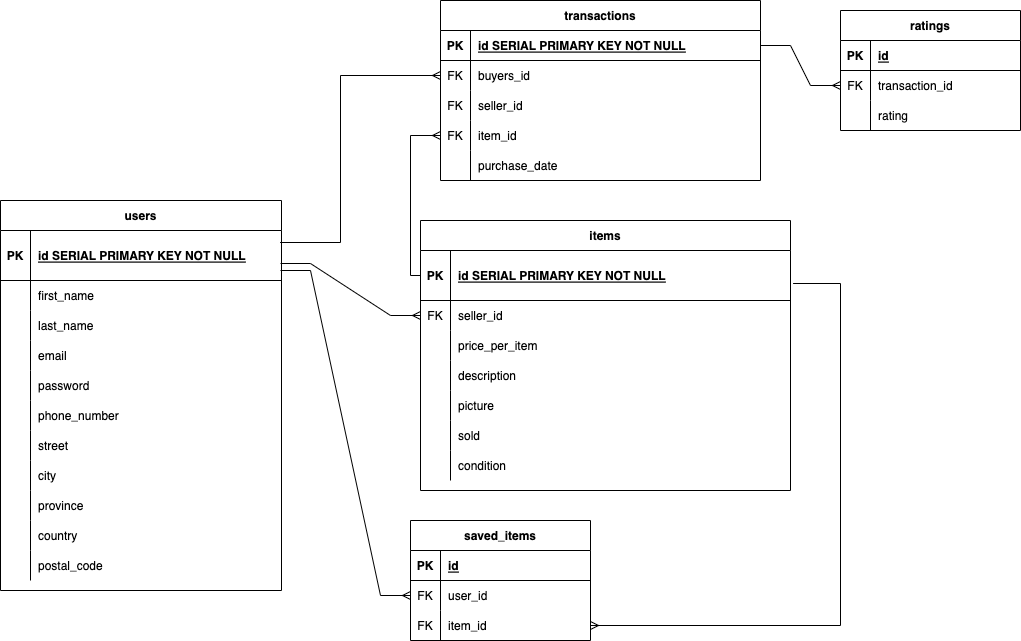
Before: docs/erd/ERD.png, a diagram exported from draw.io (seanrhee/storefront-midterm). Source tidied: cells renumbered, new cells last; positions are measured from the earlier drawing's top-left corner, leaving out a move shared by most shapes.
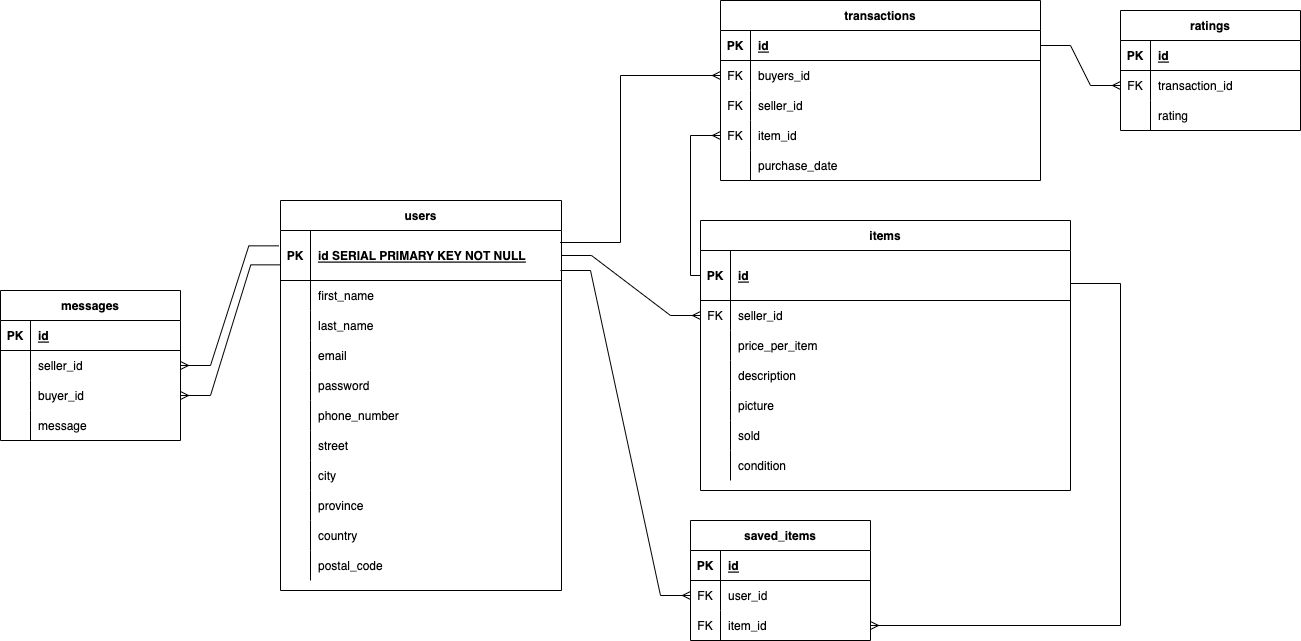
After the change.

What changed in the source:
```diff
@@ -113,7 +113,7 @@
     <mxCell id="38" value="PK" style="shape=partialRectangle;fillColor=none;top=0;left=0;bottom=0;right=0;fontStyle=1;overflow=hidden;" parent="37" vertex="1">
       <mxGeometry width="30" height="50" as="geometry" />
     </mxCell>
-    <mxCell id="39" value="id SERIAL PRIMARY KEY NOT NULL" style="shape=partialRectangle;fillColor=none;top=0;left=0;bottom=0;right=0;align=left;spacingLeft=6;fontStyle=5;overflow=hidden;" parent="37" vertex="1">
+    <mxCell id="39" value="id" style="shape=partialRectangle;fillColor=none;top=0;left=0;bottom=0;right=0;align=left;spacingLeft=6;fontStyle=5;overflow=hidden;" parent="37" vertex="1">
       <mxGeometry x="30" width="340" height="50" as="geometry" />
     </mxCell>
     <mxCell id="40" style="shape=tableRow;horizontal=0;startSize=0;swimlaneHead=0;swimlaneBody=0;fillColor=none;points=[[0,0.5],[1,0.5]];portConstraint=eastwest;top=0;left=0;right=0;bottom=0;" parent="36" vertex="1">
@@ -179,7 +179,7 @@
     <mxCell id="60" value="PK" style="shape=partialRectangle;fillColor=none;top=0;left=0;bottom=0;right=0;fontStyle=1;overflow=hidden;strokeColor=#000000;" parent="59" vertex="1">
       <mxGeometry width="30" height="30" as="geometry" />
     </mxCell>
-    <mxCell id="61" value="id SERIAL PRIMARY KEY NOT NULL" style="shape=partialRectangle;fillColor=none;top=0;left=0;bottom=0;right=0;align=left;spacingLeft=6;fontStyle=5;overflow=hidden;strokeColor=#000000;" parent="59" vertex="1">
+    <mxCell id="61" value="id" style="shape=partialRectangle;fillColor=none;top=0;left=0;bottom=0;right=0;align=left;spacingLeft=6;fontStyle=5;overflow=hidden;strokeColor=#000000;" parent="59" vertex="1">
       <mxGeometry x="30" width="290" height="30" as="geometry" />
     </mxCell>
     <mxCell id="62" style="shape=tableRow;horizontal=0;startSize=0;swimlaneHead=0;swimlaneBody=0;fillColor=none;points=[[0,0.5],[1,0.5]];portConstraint=eastwest;top=0;left=0;right=0;bottom=0;strokeColor=#000000;" parent="58" vertex="1">
@@ -291,16 +291,15 @@
     <mxCell id="95" value="rating" style="shape=partialRectangle;fillColor=none;top=0;left=0;bottom=0;right=0;align=left;spacingLeft=6;overflow=hidden;" parent="93" vertex="1">
       <mxGeometry x="30" width="150" height="30" as="geometry" />
     </mxCell>
-    <mxCell id="96" style="edgeStyle=entityRelationEdgeStyle;fontSize=12;html=1;endArrow=ERmany;rounded=0;entryX=0;entryY=0.5;entryDx=0;entryDy=0;" parent="1" edge="1" target="40">
-      <mxGeometry relative="1" as="geometry">
-        <mxPoint x="280" y="263" as="sourcePoint" />
-      </mxGeometry>
+    <mxCell id="96" style="edgeStyle=entityRelationEdgeStyle;fontSize=12;html=1;endArrow=ERmany;rounded=0;entryX=0;entryY=0.5;entryDx=0;entryDy=0;exitX=1;exitY=0.5;exitDx=0;exitDy=0;" parent="1" edge="1" source="3" target="40">
+      <mxGeometry relative="1" as="geometry" />
     </mxCell>
     <mxCell id="97" style="edgeStyle=entityRelationEdgeStyle;fontSize=12;html=1;endArrow=ERmany;rounded=0;exitX=1;exitY=0.5;exitDx=0;exitDy=0;entryX=0;entryY=0.5;entryDx=0;entryDy=0;" parent="1" edge="1" source="59" target="90">
       <mxGeometry relative="1" as="geometry" />
     </mxCell>
-    <mxCell id="98" style="edgeStyle=orthogonalEdgeStyle;fontSize=12;html=1;endArrow=ERmany;rounded=0;exitX=1.007;exitY=0.66;exitDx=0;exitDy=0;exitPerimeter=0;entryX=1;entryY=0.5;entryDx=0;entryDy=0;" parent="1" edge="1" source="37" target="82">
+    <mxCell id="98" style="edgeStyle=orthogonalEdgeStyle;fontSize=12;html=1;endArrow=ERmany;rounded=0;entryX=1;entryY=0.5;entryDx=0;entryDy=0;" parent="1" edge="1" target="82">
       <mxGeometry relative="1" as="geometry">
+        <mxPoint x="790" y="280" as="sourcePoint" />
         <Array as="points">
           <mxPoint x="840" y="283" />
           <mxPoint x="840" y="625" />
@@ -310,5 +309,50 @@
     <mxCell id="99" style="edgeStyle=orthogonalEdgeStyle;fontSize=12;html=1;endArrow=ERmany;rounded=0;exitX=0;exitY=0.5;exitDx=0;exitDy=0;entryX=0;entryY=0.5;entryDx=0;entryDy=0;" parent="1" edge="1" source="37" target="68">
       <mxGeometry relative="1" as="geometry" />
     </mxCell>
+    <mxCell id="100" value="messages" style="shape=table;startSize=30;rowLines=0;fontStyle=1;align=center;" parent="1" vertex="1">
+      <mxGeometry x="-280" y="290" width="180" height="150" as="geometry" />
+    </mxCell>
+    <mxCell id="101" style="shape=tableRow;horizontal=0;startSize=0;swimlaneHead=0;swimlaneBody=0;fillColor=none;top=0;left=0;right=0;bottom=1;" parent="100" vertex="1">
+      <mxGeometry y="30" width="180" height="30" as="geometry" />
+    </mxCell>
+    <mxCell id="102" value="PK" style="shape=partialRectangle;fillColor=none;top=0;left=0;bottom=0;right=0;fontStyle=1;overflow=hidden;" parent="101" vertex="1">
+      <mxGeometry width="30" height="30" as="geometry" />
+    </mxCell>
+    <mxCell id="103" value="id" style="shape=partialRectangle;fillColor=none;top=0;left=0;bottom=0;right=0;align=left;spacingLeft=6;fontStyle=5;overflow=hidden;" parent="101" vertex="1">
+      <mxGeometry x="30" width="150" height="30" as="geometry" />
+    </mxCell>
+    <mxCell id="104" style="shape=tableRow;horizontal=0;startSize=0;swimlaneHead=0;swimlaneBody=0;fillColor=none;points=[[0,0.5],[1,0.5]];portConstraint=eastwest;top=0;left=0;right=0;bottom=0;" parent="100" vertex="1">
+      <mxGeometry y="60" width="180" height="30" as="geometry" />
+    </mxCell>
+    <mxCell id="105" style="shape=partialRectangle;fillColor=none;top=0;left=0;bottom=0;right=0;overflow=hidden;" parent="104" vertex="1">
+      <mxGeometry width="30" height="30" as="geometry" />
+    </mxCell>
+    <mxCell id="106" value="seller_id" style="shape=partialRectangle;fillColor=none;top=0;left=0;bottom=0;right=0;align=left;spacingLeft=6;overflow=hidden;" parent="104" vertex="1">
+      <mxGeometry x="30" width="150" height="30" as="geometry" />
+    </mxCell>
+    <mxCell id="107" style="shape=tableRow;horizontal=0;startSize=0;swimlaneHead=0;swimlaneBody=0;fillColor=none;points=[[0,0.5],[1,0.5]];portConstraint=eastwest;top=0;left=0;right=0;bottom=0;" parent="100" vertex="1">
+      <mxGeometry y="90" width="180" height="30" as="geometry" />
+    </mxCell>
+    <mxCell id="108" style="shape=partialRectangle;fillColor=none;top=0;left=0;bottom=0;right=0;overflow=hidden;" parent="107" vertex="1">
+      <mxGeometry width="30" height="30" as="geometry" />
+    </mxCell>
+    <mxCell id="109" value="buyer_id" style="shape=partialRectangle;fillColor=none;top=0;left=0;bottom=0;right=0;align=left;spacingLeft=6;overflow=hidden;" parent="107" vertex="1">
+      <mxGeometry x="30" width="150" height="30" as="geometry" />
+    </mxCell>
+    <mxCell id="110" style="shape=tableRow;horizontal=0;startSize=0;swimlaneHead=0;swimlaneBody=0;fillColor=none;top=0;left=0;right=0;bottom=0;" parent="100" vertex="1">
+      <mxGeometry y="120" width="180" height="30" as="geometry" />
+    </mxCell>
+    <mxCell id="111" style="shape=partialRectangle;fillColor=none;top=0;left=0;bottom=0;right=0;overflow=hidden;" parent="110" vertex="1">
+      <mxGeometry width="30" height="30" as="geometry" />
+    </mxCell>
+    <mxCell id="112" value="message" style="shape=partialRectangle;fillColor=none;top=0;left=0;bottom=0;right=0;align=left;spacingLeft=6;overflow=hidden;" parent="110" vertex="1">
+      <mxGeometry x="30" width="150" height="30" as="geometry" />
+    </mxCell>
+    <mxCell id="113" style="edgeStyle=entityRelationEdgeStyle;fontSize=12;html=1;endArrow=ERmany;rounded=0;exitX=-0.006;exitY=0.307;exitDx=0;exitDy=0;entryX=1;entryY=0.5;entryDx=0;entryDy=0;exitPerimeter=0;" parent="1" edge="1" source="3" target="104">
+      <mxGeometry relative="1" as="geometry" />
+    </mxCell>
+    <mxCell id="114" style="edgeStyle=entityRelationEdgeStyle;fontSize=12;html=1;endArrow=ERmany;rounded=0;exitX=0.001;exitY=0.687;exitDx=0;exitDy=0;exitPerimeter=0;entryX=1;entryY=0.5;entryDx=0;entryDy=0;" parent="1" edge="1" source="3" target="107">
+      <mxGeometry relative="1" as="geometry" />
+    </mxCell>
   </root>
 </mxGraphModel>
```
